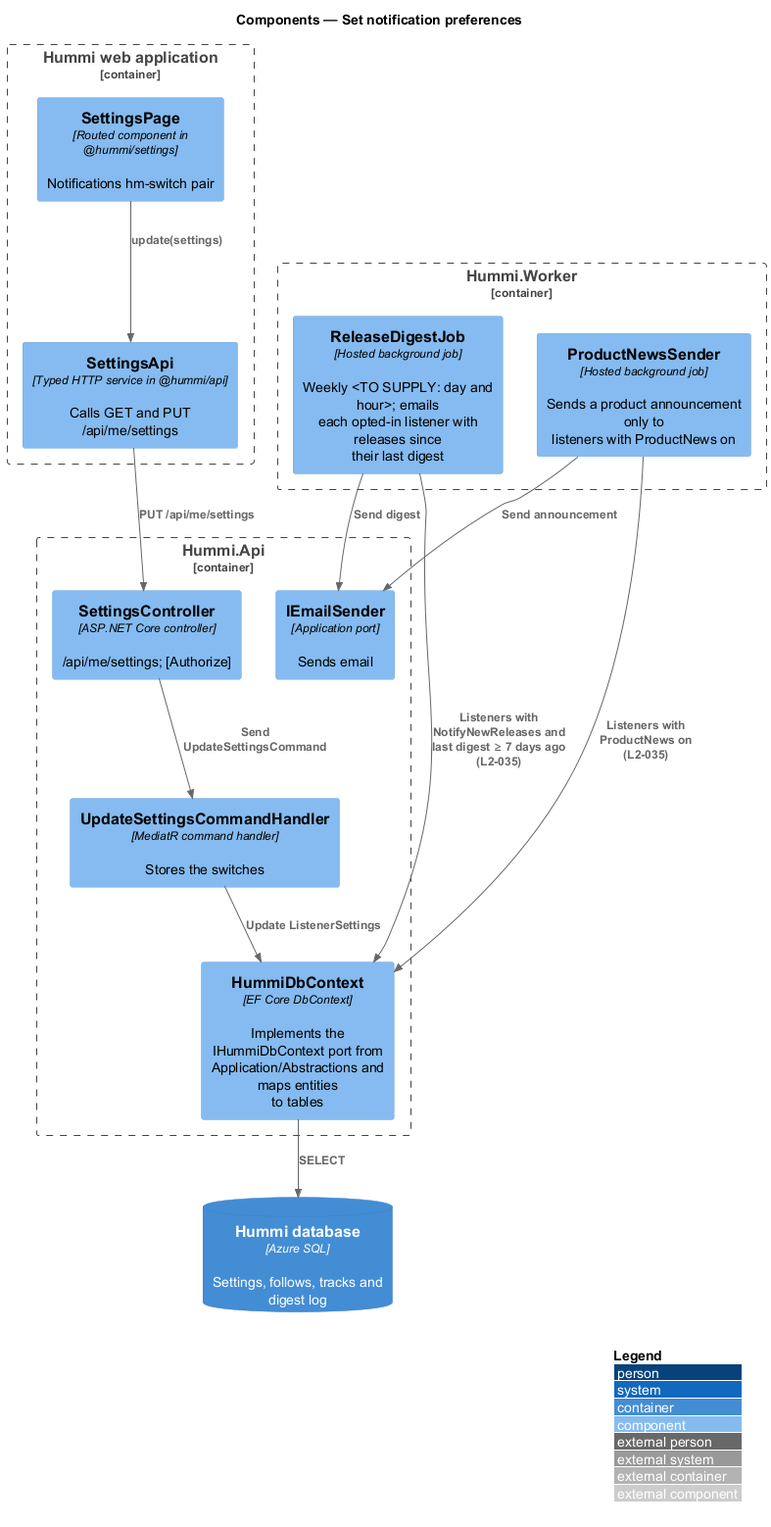
The PlantUML diagram docs/detailed-designs/settings/set-notification-preferences/diagrams/c4-component.png in QuinntyneBrown/hummi, before a commit. The source it was exported from:
```plantuml
@startuml
!include <C4/C4_Component>
LAYOUT_WITH_LEGEND()
title Components — Set notification preferences

Container_Boundary(spa, "Hummi web application") {
  Component(page, "SettingsPage", "Routed component in @hummi/settings", "Notifications hm-switch pair")
  Component(client, "SettingsApi", "Typed HTTP service in @hummi/api", "Calls GET and PUT /api/me/settings")
}
Container_Boundary(api, "Hummi.Api") {
  Component(ctl, "SettingsController", "ASP.NET Core controller", "/api/me/settings; [Authorize]")
  Component(cmd, "UpdateSettingsCommandHandler", "MediatR command handler", "Stores the switches")
  Component(mail, "IEmailSender", "Application port", "Sends email")
  Component(ctx, "HummiDbContext", "EF Core DbContext", "Implements the IHummiDbContext port from\nApplication/Abstractions and maps entities\nto tables")
}
Container_Boundary(wk, "Hummi.Worker") {
  Component(job, "ReleaseDigestJob", "Hosted background job", "Weekly <TO SUPPLY: day and hour>; emails\neach opted-in listener with releases since\ntheir last digest")
  Component(news, "ProductNewsSender", "Hosted background job", "Sends a product announcement only to\nlisteners with ProductNews on")
}
ContainerDb(db, "Hummi database", "Azure SQL", "Settings, follows, tracks and digest log")
Rel(page, client, "update(settings)")
Rel(client, ctl, "PUT /api/me/settings")
Rel(ctl, cmd, "Send UpdateSettingsCommand")
Rel(cmd, ctx, "Update ListenerSettings")
Rel(job, ctx, "Listeners with NotifyNewReleases and\nlast digest ≥ 7 days ago (L2-035)")
Rel(ctx, db, "SELECT")
Rel(job, mail, "Send digest")
Rel(news, ctx, "Listeners with ProductNews on\n(L2-035)")
Rel(news, mail, "Send announcement")
@enduml
```
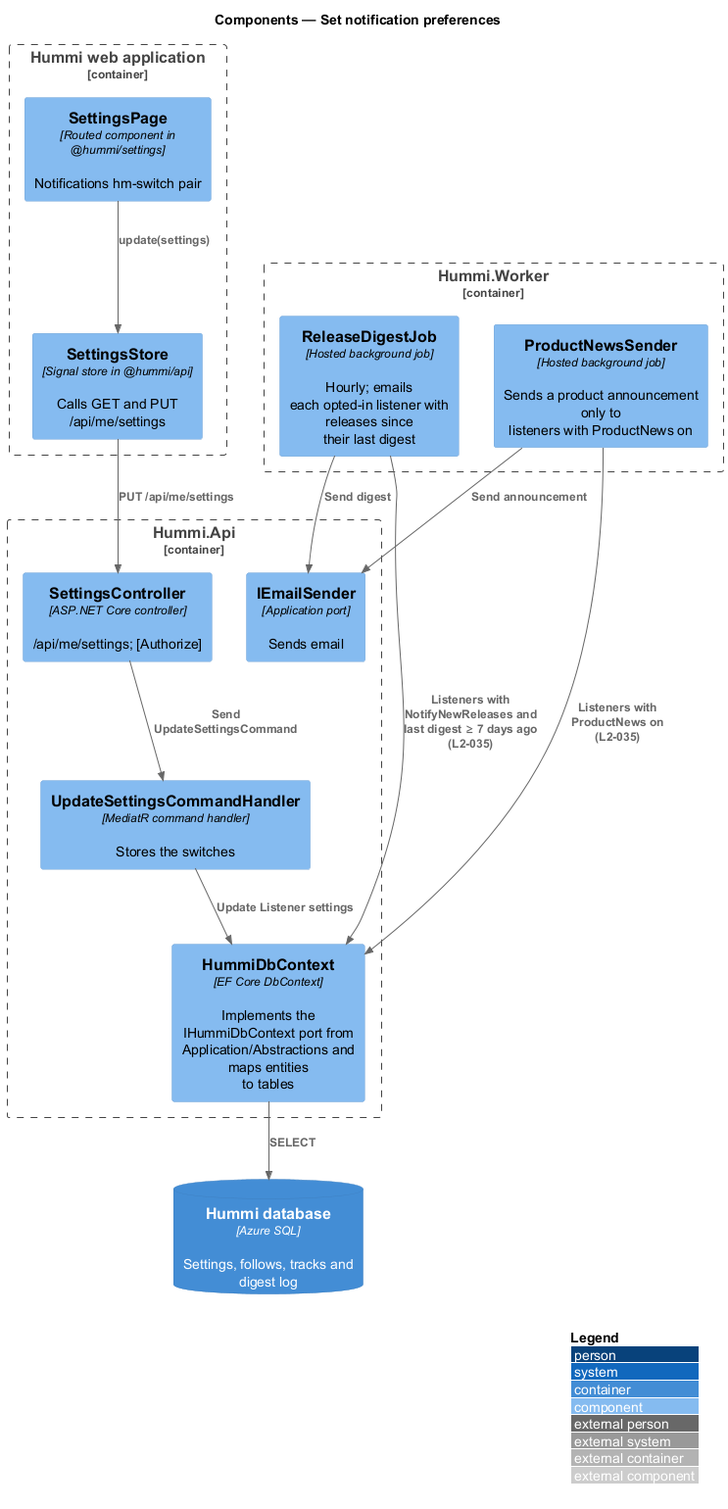
After the change.

What changed in the source:
```diff
@@ -5,7 +5,7 @@
 
 Container_Boundary(spa, "Hummi web application") {
   Component(page, "SettingsPage", "Routed component in @hummi/settings", "Notifications hm-switch pair")
-  Component(client, "SettingsApi", "Typed HTTP service in @hummi/api", "Calls GET and PUT /api/me/settings")
+  Component(client, "SettingsStore", "Signal store in @hummi/api", "Calls GET and PUT /api/me/settings")
 }
 Container_Boundary(api, "Hummi.Api") {
   Component(ctl, "SettingsController", "ASP.NET Core controller", "/api/me/settings; [Authorize]")
@@ -14,14 +14,14 @@
   Component(ctx, "HummiDbContext", "EF Core DbContext", "Implements the IHummiDbContext port from\nApplication/Abstractions and maps entities\nto tables")
 }
 Container_Boundary(wk, "Hummi.Worker") {
-  Component(job, "ReleaseDigestJob", "Hosted background job", "Weekly <TO SUPPLY: day and hour>; emails\neach opted-in listener with releases since\ntheir last digest")
+  Component(job, "ReleaseDigestJob", "Hosted background job", "Hourly; emails\neach opted-in listener with releases since\ntheir last digest")
   Component(news, "ProductNewsSender", "Hosted background job", "Sends a product announcement only to\nlisteners with ProductNews on")
 }
 ContainerDb(db, "Hummi database", "Azure SQL", "Settings, follows, tracks and digest log")
 Rel(page, client, "update(settings)")
 Rel(client, ctl, "PUT /api/me/settings")
 Rel(ctl, cmd, "Send UpdateSettingsCommand")
-Rel(cmd, ctx, "Update ListenerSettings")
+Rel(cmd, ctx, "Update Listener settings")
 Rel(job, ctx, "Listeners with NotifyNewReleases and\nlast digest ≥ 7 days ago (L2-035)")
 Rel(ctx, db, "SELECT")
 Rel(job, mail, "Send digest")
```
